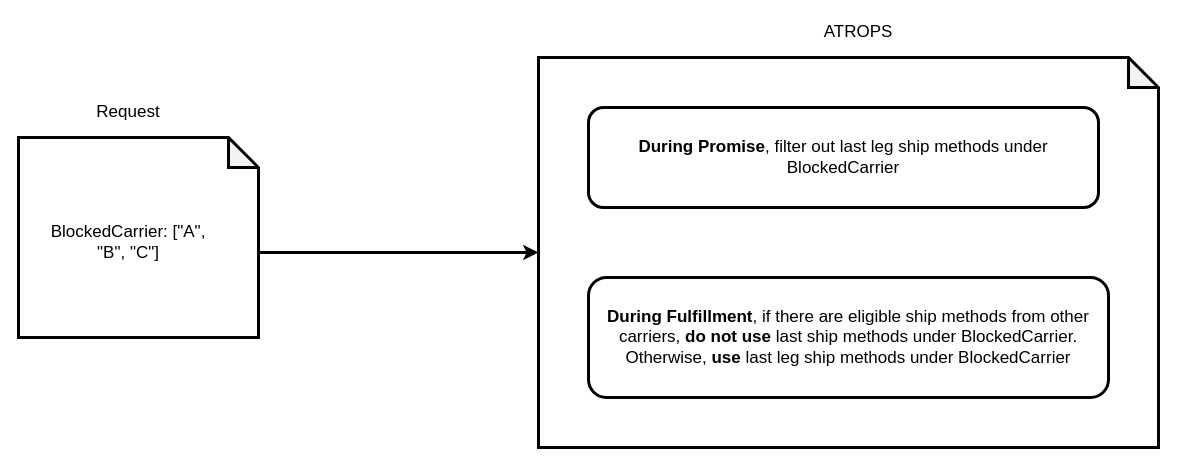
Earlier version of the draw.io diagram Blocked_Carrier.drawio (PQMeng/draw.io-source-files). Source tidied: cells renumbered, new cells numbered last; positions are measured from the earlier drawing's top-left corner, leaving out a move shared by most shapes. Both pictures are drawn from the tidied source at 100%, with x=0, y=0 at pixel (18, 17).
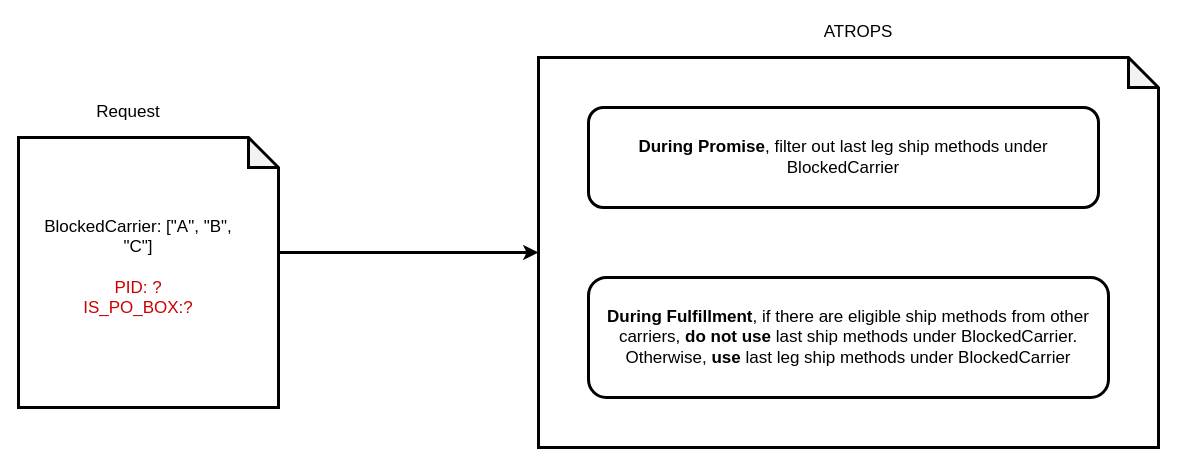
The same diagram, later.

The edit, as a diff of the source:
```diff
@@
 <mxGraphModel>
   <root>
     <mxCell id="0" />
     <mxCell id="1" parent="0" />
     <mxCell id="2" style="edgeStyle=orthogonalEdgeStyle;rounded=0;jettySize=auto;html=1;exitX=0;exitY=0;exitDx=240;exitDy=115;exitPerimeter=0;fontSize=13;strokeWidth=3;" parent="1" edge="1" source="8" target="3">
       <mxGeometry relative="1" as="geometry" />
     </mxCell>
     <mxCell id="3" style="shape=note;whiteSpace=wrap;html=1;backgroundOutline=1;darkOpacity=0.05;strokeWidth=3;fontSize=17;" parent="1" vertex="1">
       <mxGeometry x="520" y="40" width="620" height="390" as="geometry" />
     </mxCell>
     <mxCell id="4" value="ATROPS" style="text;html=1;strokeColor=none;fillColor=none;align=center;verticalAlign=middle;whiteSpace=wrap;rounded=0;strokeWidth=3;fontSize=17;" parent="1" vertex="1">
       <mxGeometry x="810" width="60" height="30" as="geometry" />
     </mxCell>
     <mxCell id="5" value="&lt;b&gt;During Promise&lt;/b&gt;, filter out last leg ship methods under BlockedCarrier" style="rounded=1;whiteSpace=wrap;html=1;strokeWidth=3;fontSize=17;" parent="1" vertex="1">
       <mxGeometry x="570" y="90" width="510" height="100" as="geometry" />
     </mxCell>
     <mxCell id="6" value="&lt;b&gt;During Fulfillment&lt;/b&gt;, if there are eligible ship methods from other carriers, &lt;b&gt;do not use&lt;/b&gt; last ship methods under BlockedCarrier.&lt;br style=&quot;font-size: 17px;&quot;&gt;Otherwise, &lt;b&gt;use&lt;/b&gt; last leg ship methods under BlockedCarrier" style="rounded=1;whiteSpace=wrap;html=1;strokeWidth=3;fontSize=17;" parent="1" vertex="1">
       <mxGeometry x="570" y="260" width="520" height="120" as="geometry" />
     </mxCell>
     <mxCell id="7" style="group;" parent="1" vertex="1">
-      <mxGeometry y="80" width="240" height="240" as="geometry" />
+      <mxGeometry y="80" width="260" height="310" as="geometry" />
     </mxCell>
     <mxCell id="8" style="shape=note;whiteSpace=wrap;html=1;backgroundOutline=1;darkOpacity=0.05;strokeWidth=3;fontSize=17;" parent="7" vertex="1">
-      <mxGeometry y="40" width="240" height="200" as="geometry" />
+      <mxGeometry y="40" width="260" height="270" as="geometry" />
     </mxCell>
     <mxCell id="9" value="Request" style="text;html=1;strokeColor=none;fillColor=none;align=center;verticalAlign=middle;whiteSpace=wrap;rounded=0;strokeWidth=3;fontSize=17;" parent="7" vertex="1">
       <mxGeometry x="80" width="60" height="30" as="geometry" />
     </mxCell>
-    <mxCell id="10" value="BlockedCarrier: [&quot;A&quot;, &quot;B&quot;, &quot;C&quot;]" style="text;html=1;strokeColor=none;fillColor=none;align=center;verticalAlign=middle;whiteSpace=wrap;rounded=0;strokeWidth=3;fontSize=17;" parent="7" vertex="1">
-      <mxGeometry x="20" y="120" width="180" height="50" as="geometry" />
+    <mxCell id="10" value="BlockedCarrier: [&quot;A&quot;, &quot;B&quot;, &quot;C&quot;]&lt;br&gt;&lt;br&gt;&lt;font color=&quot;#cc0000&quot;&gt;PID: ?&lt;br&gt;IS_PO_BOX:?&lt;/font&gt;" style="text;html=1;strokeColor=none;fillColor=none;align=center;verticalAlign=middle;whiteSpace=wrap;rounded=0;strokeWidth=3;fontSize=17;" parent="7" vertex="1">
+      <mxGeometry x="20" y="120" width="200" height="100" as="geometry" />
     </mxCell>
   </root>
 </mxGraphModel>
```
